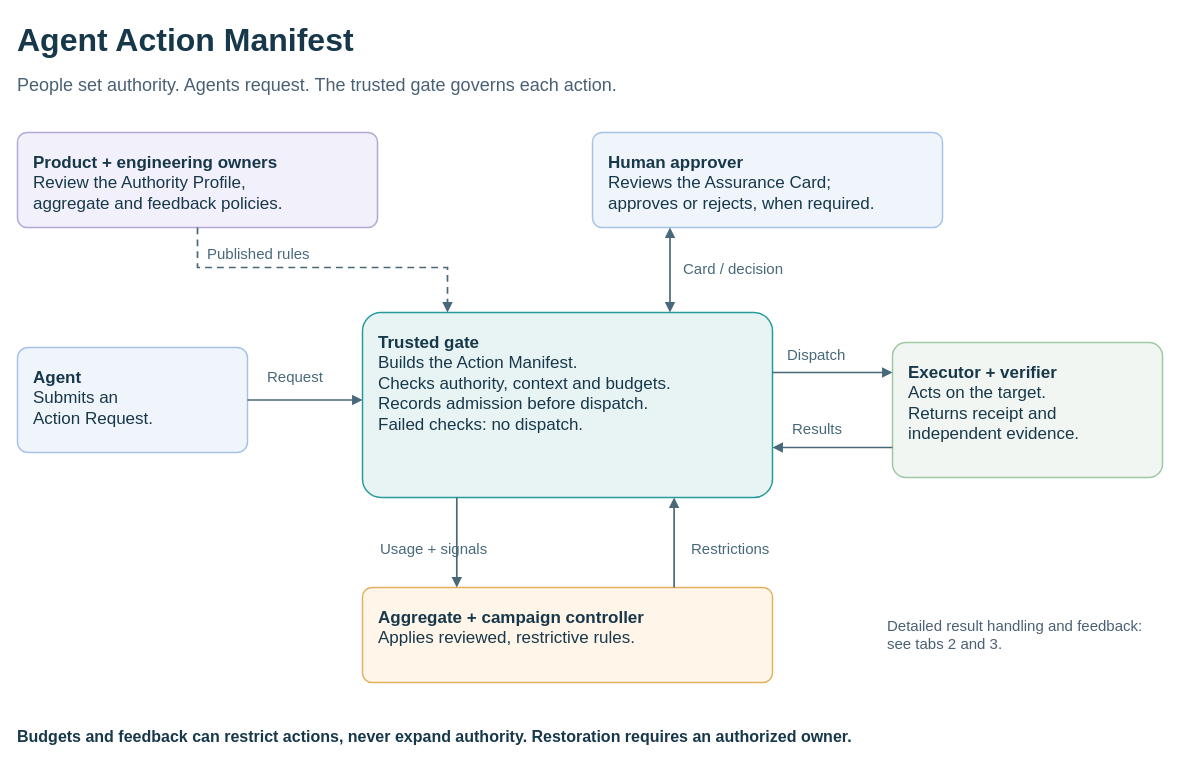
The draw.io diagram page "1. High-level workflow" (1 of 3) of Diagram_Source/Agent_Action_Manifest_Workflow_and_Feedback_v0_4_0.drawio in diptamay/agent-action-manifest, before the edit. Source tidied: cells renumbered, new cells numbered last; positions are measured from the earlier drawing's top-left corner, leaving out a move shared by most shapes. Both pictures are drawn from the tidied source at 100%, with x=0, y=0 at pixel (17, 17).
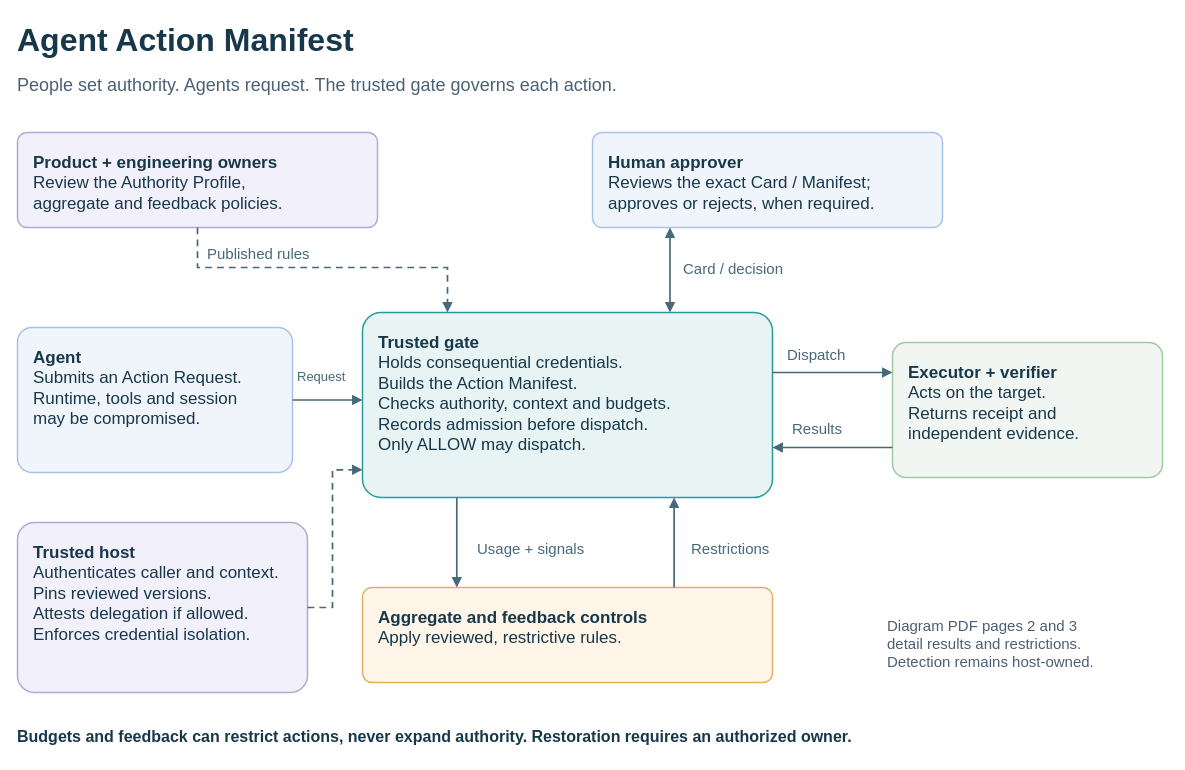
The same diagram, later.

The edit, as a diff of the source:
```diff
@@
-    <mxCell id="5" value="&lt;b&gt;Human approver&lt;/b&gt;&lt;br&gt;Reviews the Assurance Card;&lt;br&gt;approves or rejects, when required." style="rounded=1;arcSize=10;whiteSpace=wrap;html=1;align=left;verticalAlign=top;spacing=16;strokeWidth=1.5;fillColor=#F0F5FC;strokeColor=#A6C3E7;fontFamily=Arial;fontSize=17;fontColor=#17384B;" parent="1" vertex="1">
+    <mxCell id="5" value="&lt;b&gt;Human approver&lt;/b&gt;&lt;br&gt;Reviews the exact Card / Manifest;&lt;br&gt;approves or rejects, when required." style="rounded=1;arcSize=10;whiteSpace=wrap;html=1;align=left;verticalAlign=top;spacing=16;strokeWidth=1.5;fillColor=#F0F5FC;strokeColor=#A6C3E7;fontFamily=Arial;fontSize=17;fontColor=#17384B;" parent="1" vertex="1">
       <mxGeometry x="575" y="115" width="350" height="95" as="geometry" />
     </mxCell>
-    <mxCell id="6" value="&lt;b&gt;Agent&lt;/b&gt;&lt;br&gt;Submits an&lt;br&gt;Action Request." style="rounded=1;arcSize=10;whiteSpace=wrap;html=1;align=left;verticalAlign=top;spacing=16;strokeWidth=1.5;fillColor=#F0F5FC;strokeColor=#A6C3E7;fontFamily=Arial;fontSize=17;fontColor=#17384B;" parent="1" vertex="1">
-      <mxGeometry y="330" width="230" height="105" as="geometry" />
+    <mxCell id="6" value="&lt;b&gt;Agent&lt;/b&gt;&lt;br&gt;Submits an Action Request.&lt;br&gt;Runtime, tools and session&lt;br&gt;may be compromised." style="rounded=1;arcSize=10;whiteSpace=wrap;html=1;align=left;verticalAlign=top;spacing=16;strokeWidth=1.5;fillColor=#F0F5FC;strokeColor=#A6C3E7;fontFamily=Arial;fontSize=17;fontColor=#17384B;" parent="1" vertex="1">
+      <mxGeometry y="310" width="275" height="145" as="geometry" />
     </mxCell>
-    <mxCell id="7" value="&lt;b&gt;Trusted gate&lt;/b&gt;&lt;br&gt;Builds the Action Manifest.&lt;br&gt;Checks authority, context and budgets.&lt;br&gt;Records admission before dispatch.&lt;br&gt;Failed checks: no dispatch." style="rounded=1;arcSize=10;whiteSpace=wrap;html=1;align=left;verticalAlign=top;spacing=16;strokeWidth=1.5;fillColor=#E8F4F4;strokeColor=#279B9B;fontFamily=Arial;fontSize=17;fontColor=#17384B;" parent="1" vertex="1">
+    <mxCell id="7" value="&lt;b&gt;Trusted gate&lt;/b&gt;&lt;br&gt;Holds consequential credentials.&lt;br&gt;Builds the Action Manifest.&lt;br&gt;Checks authority, context and budgets.&lt;br&gt;Records admission before dispatch.&lt;br&gt;Only ALLOW may dispatch." style="rounded=1;arcSize=10;whiteSpace=wrap;html=1;align=left;verticalAlign=top;spacing=16;strokeWidth=1.5;fillColor=#E8F4F4;strokeColor=#279B9B;fontFamily=Arial;fontSize=17;fontColor=#17384B;" parent="1" vertex="1">
       <mxGeometry x="345" y="295" width="410" height="185" as="geometry" />
     </mxCell>
@@
-    <mxCell id="9" value="&lt;b&gt;Aggregate + campaign controller&lt;/b&gt;&lt;br&gt;Applies reviewed, restrictive rules." style="rounded=1;arcSize=10;whiteSpace=wrap;html=1;align=left;verticalAlign=top;spacing=16;strokeWidth=1.5;fillColor=#FFF5E8;strokeColor=#E1B160;fontFamily=Arial;fontSize=17;fontColor=#17384B;" parent="1" vertex="1">
+    <mxCell id="9" value="&lt;b&gt;Aggregate and feedback controls&lt;/b&gt;&lt;br&gt;Apply reviewed, restrictive rules." style="rounded=1;arcSize=10;whiteSpace=wrap;html=1;align=left;verticalAlign=top;spacing=16;strokeWidth=1.5;fillColor=#FFF5E8;strokeColor=#E1B160;fontFamily=Arial;fontSize=17;fontColor=#17384B;" parent="1" vertex="1">
       <mxGeometry x="345" y="570" width="410" height="95" as="geometry" />
     </mxCell>
@@
-    <mxCell id="19" value="Request" style="text;html=0;strokeColor=none;fillColor=none;align=left;verticalAlign=middle;whiteSpace=wrap;rounded=0;fontFamily=Arial;fontSize=15;fontColor=#486979;fontStyle=0;spacing=0;" parent="1" vertex="1">
-      <mxGeometry x="250" y="347" width="85" height="24" as="geometry" />
+    <mxCell id="19" value="Request" style="text;html=0;strokeColor=none;fillColor=none;align=left;verticalAlign=middle;whiteSpace=wrap;rounded=0;fontFamily=Arial;fontSize=13;fontColor=#486979;fontStyle=0;spacing=0;" parent="1" vertex="1">
+      <mxGeometry x="280" y="347" width="60" height="24" as="geometry" />
     </mxCell>
@@
     <mxCell id="22" value="Usage + signals" style="text;html=0;strokeColor=none;fillColor=none;align=left;verticalAlign=middle;whiteSpace=wrap;rounded=0;fontFamily=Arial;fontSize=15;fontColor=#486979;fontStyle=0;spacing=0;" parent="1" vertex="1">
-      <mxGeometry x="363" y="519" width="130" height="24" as="geometry" />
+      <mxGeometry x="460" y="519" width="160" height="24" as="geometry" />
     </mxCell>
@@
-    <mxCell id="24" value="Detailed result handling and feedback:&#10;see tabs 2 and 3." style="text;html=0;strokeColor=none;fillColor=none;align=left;verticalAlign=middle;whiteSpace=wrap;rounded=0;fontFamily=Arial;fontSize=15;fontColor=#4A6075;fontStyle=0;spacing=0;" parent="1" vertex="1">
-      <mxGeometry x="870" y="588" width="265" height="58" as="geometry" />
+    <mxCell id="24" value="Diagram PDF pages 2 and 3&#10;detail results and restrictions.&#10;Detection remains host-owned." style="text;html=0;strokeColor=none;fillColor=none;align=left;verticalAlign=middle;whiteSpace=wrap;rounded=0;fontFamily=Arial;fontSize=15;fontColor=#4A6075;fontStyle=0;spacing=0;" parent="1" vertex="1">
+      <mxGeometry x="870" y="588" width="265" height="75" as="geometry" />
     </mxCell>
@@
+    <mxCell id="26" value="&lt;b&gt;Trusted host&lt;/b&gt;&lt;br&gt;Authenticates caller and context.&lt;br&gt;Pins reviewed versions.&lt;br&gt;Attests delegation if allowed.&lt;br&gt;Enforces credential isolation." style="rounded=1;arcSize=10;whiteSpace=wrap;html=1;align=left;verticalAlign=top;spacing=16;strokeWidth=1.5;fillColor=#F2F0FA;strokeColor=#B4A7D6;fontFamily=Arial;fontSize=17;fontColor=#17384B;" parent="1" vertex="1">
+      <mxGeometry y="505" width="290" height="170" as="geometry" />
+    </mxCell>
+    <mxCell id="27" style="edgeStyle=orthogonalEdgeStyle;rounded=0;html=0;strokeColor=#486979;strokeWidth=1.7;endArrow=block;exitX=1;exitY=0.5;entryX=0;entryY=0.85;dashed=1;dashPattern=4 3;" parent="1" edge="1" source="26" target="7">
+      <mxGeometry relative="1" as="geometry">
+        <Array as="points">
+          <mxPoint x="315" y="590" />
+          <mxPoint x="315" y="452.2" />
+        </Array>
+      </mxGeometry>
+    </mxCell>
```
